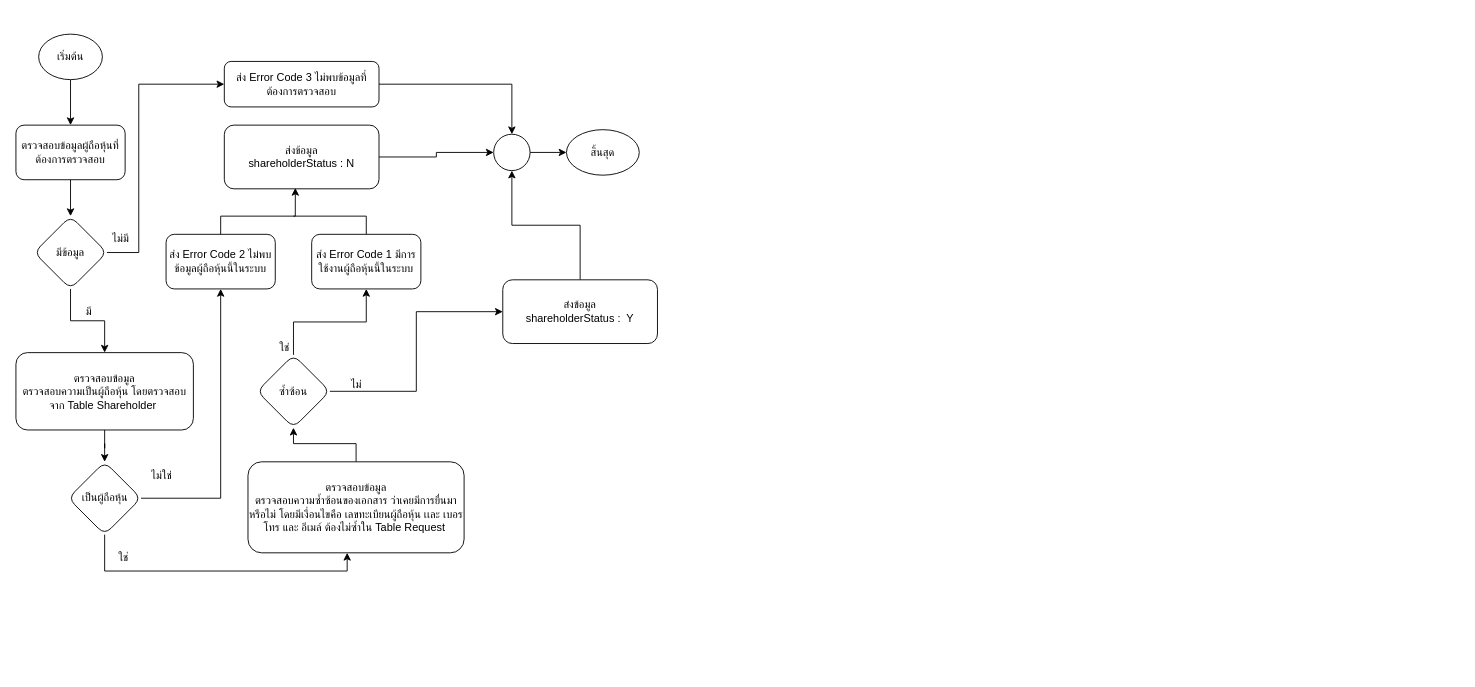
Before: checkShareHolderAvailable.drawio in charifrodmanee/charifrodmanee, a draw.io diagram. Source tidied: cells renumbered, new cells numbered last; positions are measured from the earlier drawing's top-left corner, leaving out a move shared by most shapes. Both pictures are drawn from the tidied source at 91%, with x=0, y=0 at pixel (15, 34).
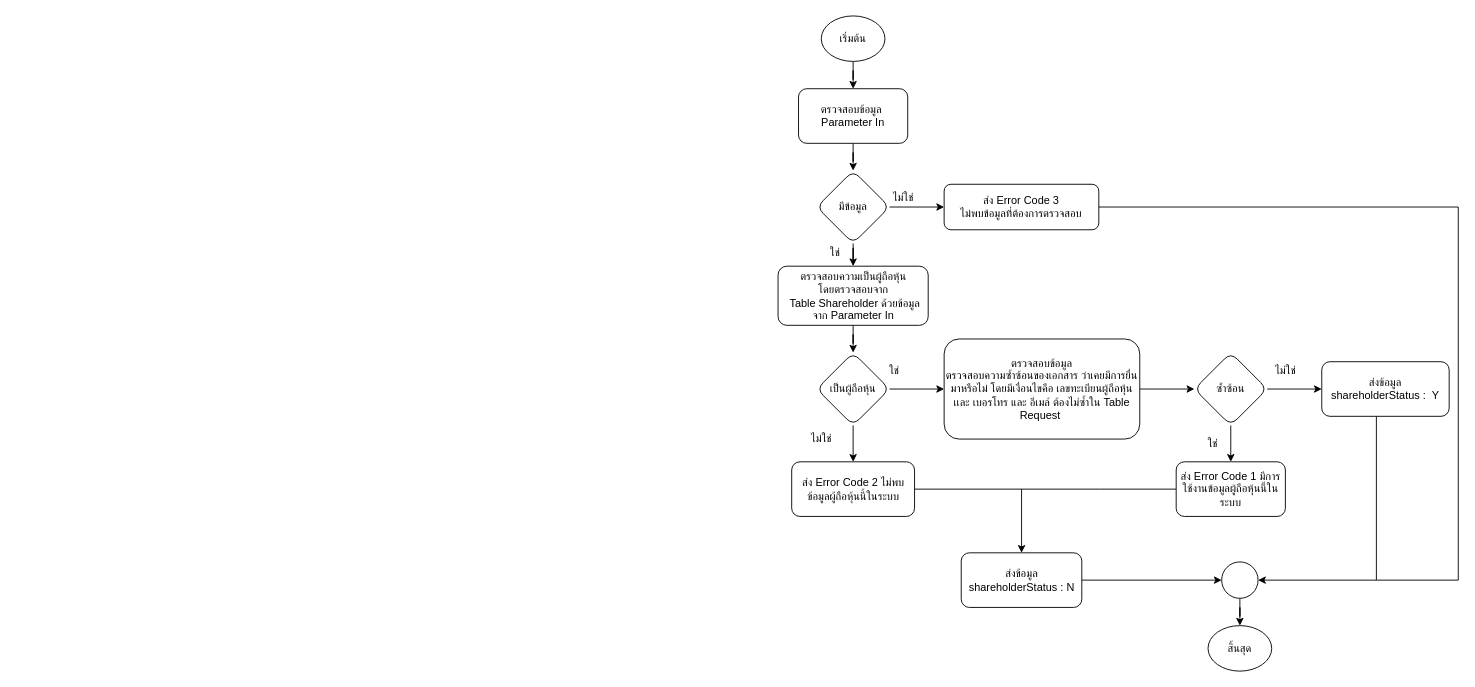
The same diagram, later.

Diff of the diagram source:
```diff
@@
-    <mxCell id="2" style="edgeStyle=orthogonalEdgeStyle;rounded=0;jettySize=auto;html=1;" parent="1" edge="1" source="3" target="5">
-      <mxGeometry relative="1" as="geometry" />
-    </mxCell>
+    <mxCell id="38" style="edgeStyle=orthogonalEdgeStyle;rounded=0;jettySize=auto;html=1;" parent="1" edge="1" source="3" target="40">
+      <mxGeometry relative="1" as="geometry" />
+    </mxCell>
     <mxCell id="3" value="เริ่มต้น" style="ellipse;whiteSpace=wrap;html=1;" parent="1" vertex="1">
-      <mxGeometry x="25" width="70" height="50" as="geometry" />
+      <mxGeometry x="885" y="-20" width="70" height="50" as="geometry" />
     </mxCell>
-    <mxCell id="4" style="edgeStyle=orthogonalEdgeStyle;rounded=0;jettySize=auto;html=1;" parent="1" edge="1" source="5" target="8">
-      <mxGeometry relative="1" as="geometry" />
-    </mxCell>
-    <mxCell id="5" value="ตรวจสอบข้อมูลผู้ถือหุ้นที่ต้องการตรวจสอบ" style="rounded=1;whiteSpace=wrap;html=1;" parent="1" vertex="1">
-      <mxGeometry y="100" width="120" height="60" as="geometry" />
-    </mxCell>
+    <mxCell id="39" style="edgeStyle=orthogonalEdgeStyle;rounded=0;jettySize=auto;html=1;" parent="1" edge="1" source="40" target="8">
+      <mxGeometry relative="1" as="geometry" />
+    </mxCell>
+    <mxCell id="40" value="ตรวจสอบข้อมูล&amp;nbsp;&lt;br&gt;Parameter In" style="rounded=1;whiteSpace=wrap;html=1;" parent="1" vertex="1">
+      <mxGeometry x="860" y="60" width="120" height="60" as="geometry" />
+    </mxCell>
+    <mxCell id="41" style="edgeStyle=orthogonalEdgeStyle;rounded=0;jettySize=auto;html=1;" parent="1" edge="1" source="8" target="44">
+      <mxGeometry relative="1" as="geometry" />
+    </mxCell>
     <mxCell id="6" style="edgeStyle=orthogonalEdgeStyle;rounded=0;jettySize=auto;html=1;" parent="1" edge="1" source="8" target="10">
-      <mxGeometry relative="1" as="geometry">
-        <Array as="points">
-          <mxPoint x="135" y="240" />
-          <mxPoint x="135" y="55" />
-        </Array>
-      </mxGeometry>
+      <mxGeometry relative="1" as="geometry" />
     </mxCell>
-    <mxCell id="7" style="edgeStyle=orthogonalEdgeStyle;rounded=0;jettySize=auto;html=1;" parent="1" edge="1" source="8" target="14">
-      <mxGeometry relative="1" as="geometry" />
-    </mxCell>
     <mxCell id="8" value="มีข้อมูล" style="rhombus;whiteSpace=wrap;html=1;rounded=1;" parent="1" vertex="1">
-      <mxGeometry x="20" y="200" width="80" height="80" as="geometry" />
+      <mxGeometry x="880" y="150" width="80" height="80" as="geometry" />
     </mxCell>
-    <mxCell id="9" style="edgeStyle=orthogonalEdgeStyle;rounded=0;jettySize=auto;html=1;" parent="1" edge="1" source="10" target="29">
-      <mxGeometry relative="1" as="geometry" />
-    </mxCell>
+    <mxCell id="42" style="edgeStyle=orthogonalEdgeStyle;rounded=0;jettySize=auto;html=1;endArrow=none;endFill=0;" parent="1" edge="1" source="10">
+      <mxGeometry relative="1" as="geometry">
+        <mxPoint x="1495" y="600" as="targetPoint" />
+        <Array as="points">
+          <mxPoint x="1585" y="190" />
+          <mxPoint x="1585" y="600" />
+        </Array>
+      </mxGeometry>
+    </mxCell>
-    <mxCell id="10" value="ส่ง Error Code 3 ไม่พบข้อมูลที่ต้องการตรวจสอบ" style="whiteSpace=wrap;html=1;rounded=1;" parent="1" vertex="1">
-      <mxGeometry x="229" y="30" width="170" height="50" as="geometry" />
+    <mxCell id="10" value="ส่ง Error Code 3 &lt;br&gt;ไม่พบข้อมูลที่ต้องการตรวจสอบ" style="whiteSpace=wrap;html=1;rounded=1;" parent="1" vertex="1">
+      <mxGeometry x="1020" y="165" width="170" height="50" as="geometry" />
     </mxCell>
-    <mxCell id="11" value="ไม่มี" style="text;html=1;align=center;verticalAlign=middle;strokeColor=none;fillColor=none;" parent="1" vertex="1">
-      <mxGeometry x="95" y="210" width="40" height="30" as="geometry" />
-    </mxCell>
-    <mxCell id="12" style="edgeStyle=orthogonalEdgeStyle;rounded=0;jettySize=auto;html=1;" parent="1" edge="1" source="14" target="19">
-      <mxGeometry relative="1" as="geometry" />
-    </mxCell>
+    <mxCell id="43" style="edgeStyle=orthogonalEdgeStyle;rounded=0;jettySize=auto;html=1;" parent="1" edge="1" source="44" target="19">
+      <mxGeometry relative="1" as="geometry" />
+    </mxCell>
+    <mxCell id="44" value="ตรวจสอบความเป็นผู้ถือหุ้น &lt;br&gt;โดยตรวจสอบจาก&lt;br&gt;&amp;nbsp;Table Shareholder ด้วยข้อมูล&lt;br&gt;จาก Parameter In" style="whiteSpace=wrap;html=1;rounded=1;" parent="1" vertex="1">
+      <mxGeometry x="837.5" y="255" width="165" height="65" as="geometry" />
+    </mxCell>
-    <mxCell id="13" style="edgeStyle=orthogonalEdgeStyle;rounded=0;jettySize=auto;html=1;entryX=0.5;entryY=1;entryDx=0;entryDy=0;exitX=1;exitY=0.5;exitDx=0;exitDy=0;" parent="1" edge="1" source="19" target="37">
-      <mxGeometry relative="1" as="geometry">
-        <Array as="points">
-          <mxPoint x="225" y="510" />
-        </Array>
-      </mxGeometry>
+    <mxCell id="13" style="edgeStyle=orthogonalEdgeStyle;rounded=0;jettySize=auto;html=1;" parent="1" edge="1" source="19" target="37">
+      <mxGeometry relative="1" as="geometry" />
     </mxCell>
-    <mxCell id="14" value="ตรวจสอบข้อมูล&lt;br&gt;ตรวจสอบความเป็นผู้ถือหุ้น โดยตรวจสอบจาก Table Shareholder&amp;nbsp;" style="whiteSpace=wrap;html=1;rounded=1;" parent="1" vertex="1">
-      <mxGeometry y="350" width="195" height="85" as="geometry" />
-    </mxCell>
-    <mxCell id="15" value="มี" style="text;html=1;align=center;verticalAlign=middle;strokeColor=none;fillColor=none;" parent="1" vertex="1">
-      <mxGeometry x="65" y="290" width="30" height="30" as="geometry" />
-    </mxCell>
-    <mxCell id="16" style="edgeStyle=orthogonalEdgeStyle;rounded=0;jettySize=auto;html=1;entryX=0;entryY=0.5;entryDx=0;entryDy=0;" parent="1" edge="1" source="17" target="29">
-      <mxGeometry relative="1" as="geometry" />
-    </mxCell>
-    <mxCell id="17" value="ส่งข้อมูล &lt;br&gt;shareholderStatus : N" style="whiteSpace=wrap;html=1;rounded=1;" parent="1" vertex="1">
-      <mxGeometry x="229" y="100" width="170" height="70" as="geometry" />
-    </mxCell>
     <mxCell id="18" style="edgeStyle=orthogonalEdgeStyle;rounded=0;jettySize=auto;html=1;" parent="1" edge="1" source="19" target="22">
-      <mxGeometry relative="1" as="geometry">
-        <Array as="points">
-          <mxPoint x="98" y="590" />
-          <mxPoint x="364" y="590" />
-        </Array>
-      </mxGeometry>
+      <mxGeometry relative="1" as="geometry" />
     </mxCell>
     <mxCell id="19" value="เป็นผู้ถือหุ้น" style="rhombus;whiteSpace=wrap;html=1;rounded=1;" parent="1" vertex="1">
-      <mxGeometry x="57.5" y="470" width="80" height="80" as="geometry" />
+      <mxGeometry x="880" y="350" width="80" height="80" as="geometry" />
     </mxCell>
-    <mxCell id="20" value="ไม่ใช่" style="text;html=1;align=center;verticalAlign=middle;strokeColor=none;fillColor=none;" parent="1" vertex="1">
-      <mxGeometry x="135" y="470" width="50" height="30" as="geometry" />
-    </mxCell>
+    <mxCell id="45" value="ไม่ใช่" style="text;html=1;align=center;verticalAlign=middle;strokeColor=none;fillColor=none;" parent="1" vertex="1">
+      <mxGeometry x="860" y="430" width="50" height="30" as="geometry" />
+    </mxCell>
+    <mxCell id="36" style="edgeStyle=orthogonalEdgeStyle;rounded=0;jettySize=auto;html=1;" parent="1" edge="1" source="37" target="17">
+      <mxGeometry relative="1" as="geometry" />
+    </mxCell>
+    <mxCell id="37" value="ส่ง Error Code 2 ไม่พบข้อมูลผู้ถือหุ้นนี้ในระบบ" style="whiteSpace=wrap;html=1;rounded=1;" parent="1" vertex="1">
+      <mxGeometry x="852.5" y="470" width="135" height="60" as="geometry" />
+    </mxCell>
+    <mxCell id="46" value="ไม่ใช่" style="text;html=1;align=center;verticalAlign=middle;strokeColor=none;fillColor=none;" parent="1" vertex="1">
+      <mxGeometry x="950" y="165" width="50" height="30" as="geometry" />
+    </mxCell>
+    <mxCell id="47" value="ใช่" style="text;html=1;align=center;verticalAlign=middle;strokeColor=none;fillColor=none;" parent="1" vertex="1">
+      <mxGeometry x="880" y="225" width="40" height="30" as="geometry" />
+    </mxCell>
@@
     <mxCell id="22" value="ตรวจสอบข้อมูล&lt;br&gt;ตรวจสอบความซ้ำซ้อนของเอกสาร ว่าเคยมีการยื่นมาหรือไม่ โดยมีเงื่อนไขคือ เลขทะเบียนผู้ถือหุ้น เเละ เบอรโทร และ อีเมล์ ต้องไม่ซ้ำใน Table Request&amp;nbsp;" style="whiteSpace=wrap;html=1;rounded=1;" parent="1" vertex="1">
-      <mxGeometry x="255" y="470" width="237.5" height="100" as="geometry" />
+      <mxGeometry x="1020" y="335" width="215" height="110" as="geometry" />
     </mxCell>
-    <mxCell id="23" value="ใช่" style="text;html=1;align=center;verticalAlign=middle;strokeColor=none;fillColor=none;" parent="1" vertex="1">
-      <mxGeometry x="97.5" y="560" width="40" height="30" as="geometry" />
-    </mxCell>
+    <mxCell id="48" value="ใช่" style="text;html=1;align=center;verticalAlign=middle;strokeColor=none;fillColor=none;" parent="1" vertex="1">
+      <mxGeometry x="945" y="355" width="40" height="30" as="geometry" />
+    </mxCell>
+    <mxCell id="49" style="edgeStyle=orthogonalEdgeStyle;rounded=0;jettySize=auto;html=1;" parent="1" edge="1" source="26" target="51">
+      <mxGeometry relative="1" as="geometry" />
+    </mxCell>
-    <mxCell id="24" style="edgeStyle=orthogonalEdgeStyle;rounded=0;jettySize=auto;html=1;entryX=0;entryY=0.5;entryDx=0;entryDy=0;" parent="1" edge="1" source="26" target="33">
+    <mxCell id="24" style="edgeStyle=orthogonalEdgeStyle;rounded=0;jettySize=auto;html=1;" parent="1" edge="1" source="26" target="33">
       <mxGeometry relative="1" as="geometry" />
     </mxCell>
-    <mxCell id="25" style="edgeStyle=orthogonalEdgeStyle;rounded=0;jettySize=auto;html=1;" parent="1" edge="1" source="26" target="35">
-      <mxGeometry relative="1" as="geometry" />
-    </mxCell>
     <mxCell id="26" value="ซ้ำซ้อน" style="rhombus;whiteSpace=wrap;html=1;rounded=1;" parent="1" vertex="1">
-      <mxGeometry x="265" y="352.5" width="80" height="80" as="geometry" />
+      <mxGeometry x="1295" y="350" width="80" height="80" as="geometry" />
     </mxCell>
-    <mxCell id="27" value="ใช่" style="text;html=1;align=center;verticalAlign=middle;strokeColor=none;fillColor=none;" parent="1" vertex="1">
-      <mxGeometry x="275" y="330" width="40" height="30" as="geometry" />
-    </mxCell>
-    <mxCell id="28" style="edgeStyle=orthogonalEdgeStyle;rounded=0;jettySize=auto;html=1;" parent="1" edge="1" source="29" target="30">
-      <mxGeometry relative="1" as="geometry" />
-    </mxCell>
-    <mxCell id="29" style="ellipse;whiteSpace=wrap;html=1;" parent="1" vertex="1">
-      <mxGeometry x="525" y="110" width="40" height="40" as="geometry" />
-    </mxCell>
+    <mxCell id="50" style="edgeStyle=orthogonalEdgeStyle;rounded=0;jettySize=auto;html=1;endArrow=none;endFill=0;" parent="1" edge="1" source="51">
+      <mxGeometry relative="1" as="geometry">
+        <mxPoint x="1105" y="500" as="targetPoint" />
+      </mxGeometry>
+    </mxCell>
+    <mxCell id="51" value="ส่ง Error Code 1 มีการใช้งานข้อมูลผู้ถือหุ้นนี้ในระบบ" style="whiteSpace=wrap;html=1;rounded=1;" parent="1" vertex="1">
+      <mxGeometry x="1275" y="470" width="120" height="60" as="geometry" />
+    </mxCell>
+    <mxCell id="52" style="edgeStyle=orthogonalEdgeStyle;rounded=0;jettySize=auto;html=1;endArrow=classic;endFill=1;" parent="1" edge="1" source="33" target="57">
+      <mxGeometry relative="1" as="geometry">
+        <Array as="points">
+          <mxPoint x="1495" y="600" />
+        </Array>
+      </mxGeometry>
+    </mxCell>
+    <mxCell id="33" value="ส่งข้อมูล&lt;br&gt;shareholderStatus :&amp;nbsp; Y" style="whiteSpace=wrap;html=1;rounded=1;" parent="1" vertex="1">
+      <mxGeometry x="1435" y="360" width="140" height="60" as="geometry" />
+    </mxCell>
+    <mxCell id="53" value="ไม่ใช่" style="text;html=1;align=center;verticalAlign=middle;strokeColor=none;fillColor=none;" parent="1" vertex="1">
+      <mxGeometry x="1370" y="355" width="50" height="30" as="geometry" />
+    </mxCell>
+    <mxCell id="54" value="ใช่" style="text;html=1;align=center;verticalAlign=middle;strokeColor=none;fillColor=none;" parent="1" vertex="1">
+      <mxGeometry x="1295" y="435" width="40" height="30" as="geometry" />
+    </mxCell>
+    <mxCell id="55" style="edgeStyle=orthogonalEdgeStyle;rounded=0;jettySize=auto;html=1;entryX=0;entryY=0.5;entryDx=0;entryDy=0;endArrow=classic;endFill=1;" parent="1" edge="1" source="17" target="57">
+      <mxGeometry relative="1" as="geometry" />
+    </mxCell>
+    <mxCell id="17" value="ส่งข้อมูล&lt;br&gt;shareholderStatus : N" style="whiteSpace=wrap;html=1;rounded=1;" parent="1" vertex="1">
+      <mxGeometry x="1038.8" y="570" width="132.5" height="60" as="geometry" />
+    </mxCell>
+    <mxCell id="56" style="edgeStyle=orthogonalEdgeStyle;rounded=0;jettySize=auto;html=1;endArrow=classic;endFill=1;" parent="1" edge="1" source="57" target="30">
+      <mxGeometry relative="1" as="geometry" />
+    </mxCell>
+    <mxCell id="57" style="ellipse;whiteSpace=wrap;html=1;rounded=1;" parent="1" vertex="1">
+      <mxGeometry x="1325" y="580" width="40" height="40" as="geometry" />
+    </mxCell>
     <mxCell id="30" value="สิ้นสุด" style="ellipse;whiteSpace=wrap;html=1;" parent="1" vertex="1">
-      <mxGeometry x="605" y="105" width="80" height="50" as="geometry" />
+      <mxGeometry x="1310" y="650" width="70" height="50" as="geometry" />
     </mxCell>
-    <mxCell id="31" value="ไม่" style="text;html=1;align=center;verticalAlign=middle;strokeColor=none;fillColor=none;" parent="1" vertex="1">
-      <mxGeometry x="353.8" y="370" width="40" height="30" as="geometry" />
-    </mxCell>
-    <mxCell id="32" style="edgeStyle=orthogonalEdgeStyle;rounded=0;jettySize=auto;html=1;entryX=0.5;entryY=1;entryDx=0;entryDy=0;" parent="1" edge="1" source="33" target="29">
-      <mxGeometry relative="1" as="geometry" />
-    </mxCell>
-    <mxCell id="33" value="ส่งข้อมูล &lt;br&gt;shareholderStatus :&amp;nbsp; Y" style="whiteSpace=wrap;html=1;rounded=1;" parent="1" vertex="1">
-      <mxGeometry x="535" y="270" width="170" height="70" as="geometry" />
-    </mxCell>
-    <mxCell id="34" style="edgeStyle=orthogonalEdgeStyle;rounded=0;jettySize=auto;html=1;exitX=0.5;exitY=0;exitDx=0;exitDy=0;endArrow=none;endFill=0;" parent="1" edge="1" source="35">
-      <mxGeometry relative="1" as="geometry">
-        <mxPoint x="305" y="200" as="targetPoint" />
-        <Array as="points">
-          <mxPoint x="385" y="200" />
-          <mxPoint x="305" y="200" />
-        </Array>
-      </mxGeometry>
-    </mxCell>
-    <mxCell id="35" value="ส่ง Error Code 1 มีการใช้งานผู้ถือหุ้นนี้ในระบบ" style="whiteSpace=wrap;html=1;rounded=1;" parent="1" vertex="1">
-      <mxGeometry x="325" y="220" width="120" height="60" as="geometry" />
-    </mxCell>
-    <mxCell id="36" style="edgeStyle=orthogonalEdgeStyle;rounded=0;jettySize=auto;html=1;entryX=0.459;entryY=0.986;entryDx=0;entryDy=0;entryPerimeter=0;" parent="1" edge="1" source="37" target="17">
-      <mxGeometry relative="1" as="geometry">
-        <Array as="points">
-          <mxPoint x="225" y="200" />
-          <mxPoint x="307" y="200" />
-        </Array>
-      </mxGeometry>
-    </mxCell>
-    <mxCell id="37" value="ส่ง Error Code 2 ไม่พบข้อมูลผู้ถือหุ้นนี้ในระบบ" style="whiteSpace=wrap;html=1;rounded=1;" parent="1" vertex="1">
-      <mxGeometry x="165" y="220" width="120" height="60" as="geometry" />
-    </mxCell>
```
